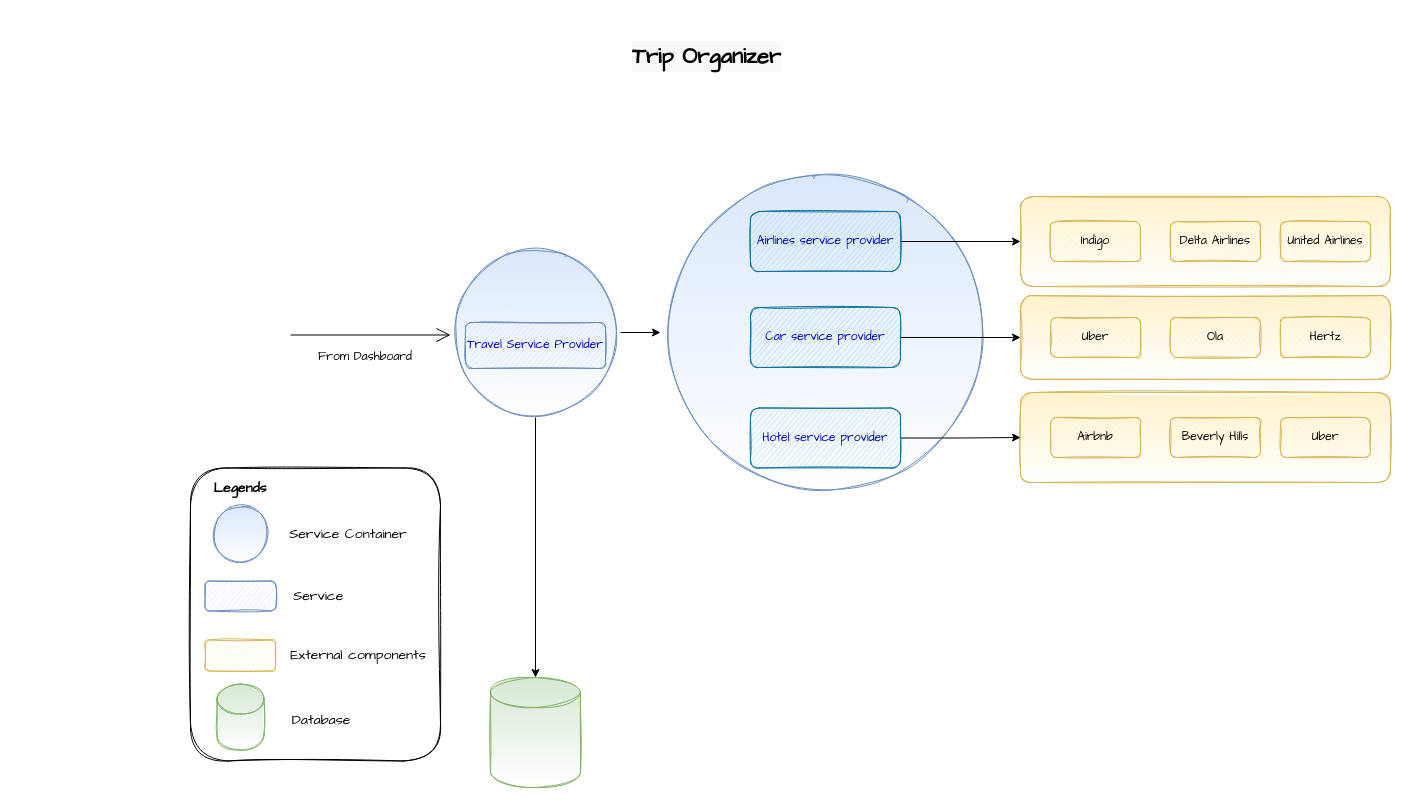
manu29585/ArchitectureKata keeps this draw.io diagram as page "Travel Service Provider" (11 of 14) of .media/RoadWarrior_SubSystems.drawio. Above is the earlier version. Source tidied: cells renumbered, new cells numbered last; positions are measured from the earlier drawing's top-left corner, leaving out a move shared by most shapes. Both pictures are drawn from the tidied source at 100%, with x=0, y=0 at pixel (190, 37).
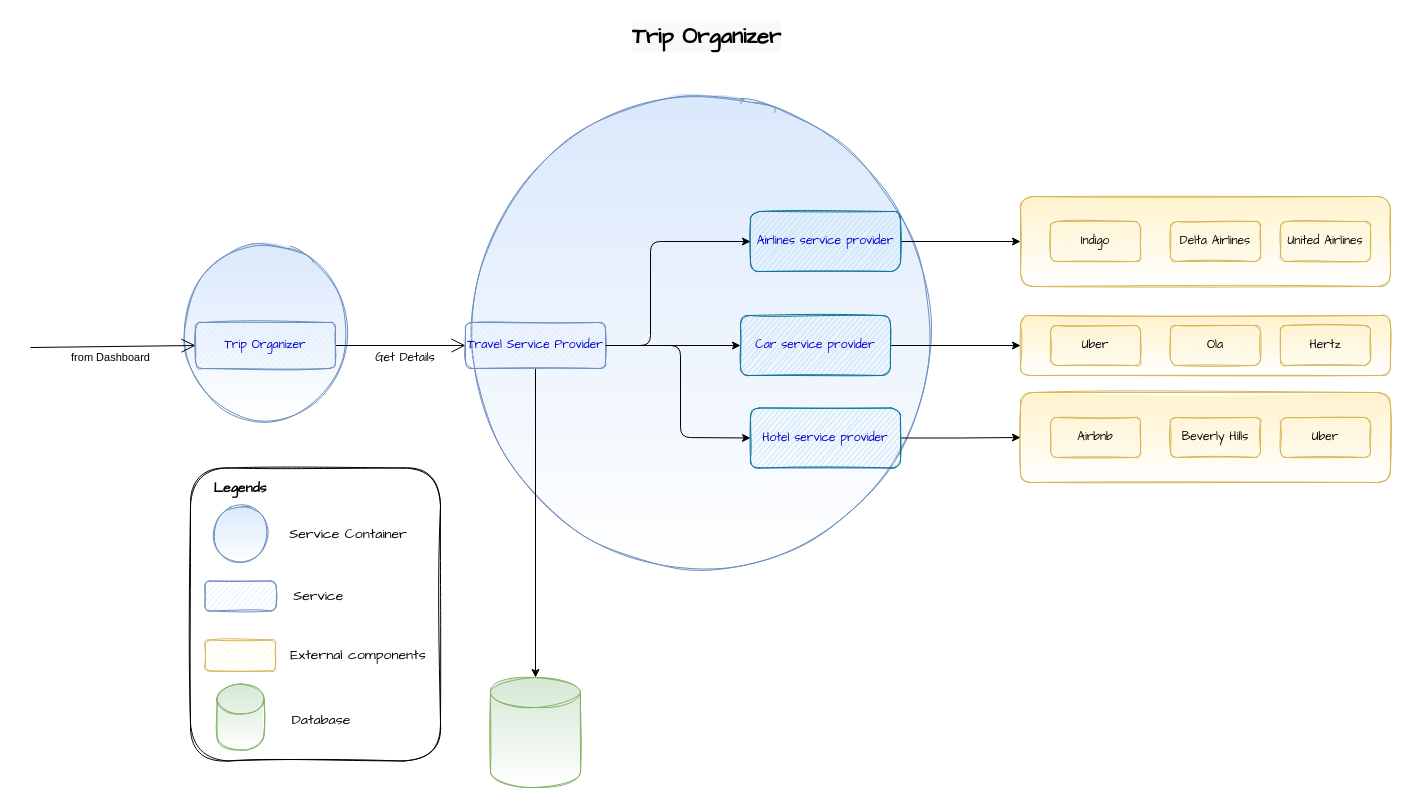
The same page after the edit.

Unchanged cells that the change refers to:
```xml
<mxCell id="2" style="shape=cylinder3;whiteSpace=wrap;html=1;boundedLbl=1;backgroundOutline=1;size=15;sketch=1;fillColor=#d5e8d4;strokeColor=#82b366;gradientColor=#ffffff;" parent="1" vertex="1">
  <mxGeometry x="300" y="640" width="90" height="110" as="geometry" />
</mxCell>
<mxCell id="13" value="Airlines service provider" style="rounded=1;whiteSpace=wrap;html=1;shadow=0;glass=0;sketch=1;fontFamily=Comic Sans MS;strokeColor=#10739e;fillColor=#b1ddf0;fontColor=#0000CC;" parent="1" vertex="1">
  <mxGeometry x="560" y="174" width="150" height="60" as="geometry" />
</mxCell>
<mxCell id="17" value="Hotel service provider" style="rounded=1;whiteSpace=wrap;html=1;shadow=0;glass=0;sketch=1;fontFamily=Comic Sans MS;strokeColor=#10739e;fillColor=#b1ddf0;fontColor=#0000CC;" parent="1" vertex="1">
  <mxGeometry x="560" y="370.5" width="150" height="60" as="geometry" />
</mxCell>
<mxCell id="28" value="Travel Service Provider" style="rounded=1;whiteSpace=wrap;html=1;shadow=0;sketch=1;fontFamily=Comic Sans MS;fontSize=12;fillColor=#dae8fc;strokeColor=#6c8ebf;fontColor=#0000CC;" parent="1" vertex="1">
  <mxGeometry x="275" y="285" width="140" height="46" as="geometry" />
</mxCell>
```

Diff of the diagram source:
```diff
@@
+    <mxCell id="41" style="ellipse;whiteSpace=wrap;html=1;fillColor=#dae8fc;strokeColor=#6c8ebf;shadow=0;sketch=1;fontFamily=Comic Sans MS;gradientColor=#ffffff;" parent="1" vertex="1">
+      <mxGeometry x="-10" y="210" width="170" height="170" as="geometry" />
+    </mxCell>
+    <mxCell id="7" style="ellipse;whiteSpace=wrap;html=1;fillColor=#dae8fc;strokeColor=#6c8ebf;shadow=0;sketch=1;fontFamily=Comic Sans MS;gradientColor=#ffffff;" parent="1" vertex="1">
+      <mxGeometry x="270" y="53.9" width="482.2" height="482.2" as="geometry" />
+    </mxCell>
@@
-    <mxCell id="3" style="endArrow=open;endFill=1;endSize=12;html=1;" parent="1" edge="1">
-      <mxGeometry relative="1" as="geometry">
-        <mxPoint x="100" y="297.5" as="sourcePoint" />
-        <mxPoint x="260" y="297.5" as="targetPoint" />
-      </mxGeometry>
+    <mxCell id="3" style="endArrow=open;endFill=1;endSize=12;html=1;exitX=1;exitY=0.5;exitDx=0;exitDy=0;entryX=0;entryY=0.5;entryDx=0;entryDy=0;" parent="1" edge="1" source="43" target="28">
+      <mxGeometry relative="1" as="geometry" />
     </mxCell>
-    <mxCell id="4" style="edgeStyle=orthogonalEdgeStyle;rounded=0;jettySize=auto;html=1;entryX=0.5;entryY=0;entryDx=0;entryDy=0;entryPerimeter=0;fontFamily=Comic Sans MS;exitX=0.5;exitY=1;exitDx=0;exitDy=0;" parent="1" edge="1" source="7" target="2">
+    <mxCell id="4" style="edgeStyle=orthogonalEdgeStyle;rounded=0;jettySize=auto;html=1;entryX=0.5;entryY=0;entryDx=0;entryDy=0;entryPerimeter=0;fontFamily=Comic Sans MS;exitX=0.5;exitY=1;exitDx=0;exitDy=0;" parent="1" edge="1" source="28" target="2">
       <mxGeometry relative="1" as="geometry" />
     </mxCell>
-    <mxCell id="5" value="From Dashboard" style="text;html=1;strokeColor=none;fillColor=none;align=center;verticalAlign=middle;whiteSpace=wrap;rounded=0;sketch=1;fontFamily=Comic Sans MS;fontStyle=0;" parent="1" vertex="1">
-      <mxGeometry x="120" y="310" width="110" height="20" as="geometry" />
+    <mxCell id="5" value="Get Details" style="text;html=1;strokeColor=none;fillColor=none;align=center;verticalAlign=middle;whiteSpace=wrap;rounded=0;sketch=1;fontFamily=Comic Sans MS;fontStyle=0;" parent="1" vertex="1">
+      <mxGeometry x="160" y="311" width="110" height="20" as="geometry" />
     </mxCell>
-    <mxCell id="6" style="edgeStyle=orthogonalEdgeStyle;rounded=0;jettySize=auto;html=1;fontFamily=Comic Sans MS;" parent="1" edge="1" source="7" target="11">
-      <mxGeometry relative="1" as="geometry" />
-    </mxCell>
-    <mxCell id="7" style="ellipse;whiteSpace=wrap;html=1;fillColor=#dae8fc;strokeColor=#6c8ebf;shadow=0;sketch=1;fontFamily=Comic Sans MS;gradientColor=#ffffff;" parent="1" vertex="1">
-      <mxGeometry x="260" y="210" width="170" height="170" as="geometry" />
-    </mxCell>
     <mxCell id="8" style="rounded=1;whiteSpace=wrap;html=1;fillColor=#fff2cc;strokeColor=#d6b656;gradientColor=#ffffff;sketch=1;" parent="1" vertex="1">
-      <mxGeometry x="830" y="258.1" width="370" height="83.8" as="geometry" />
+      <mxGeometry x="830" y="278" width="370" height="60" as="geometry" />
     </mxCell>
@@
-    <mxCell id="11" style="ellipse;whiteSpace=wrap;html=1;fillColor=#dae8fc;strokeColor=#6c8ebf;gradientColor=#ffffff;shadow=0;sketch=1;fontFamily=Comic Sans MS;" parent="1" vertex="1">
-      <mxGeometry x="470" y="130" width="330" height="330" as="geometry" />
-    </mxCell>
@@
     <mxCell id="15" value="Car service provider" style="rounded=1;whiteSpace=wrap;html=1;shadow=0;glass=0;sketch=1;fontFamily=Comic Sans MS;strokeColor=#10739e;fillColor=#b1ddf0;fontColor=#0000CC;" parent="1" vertex="1">
-      <mxGeometry x="560" y="270" width="150" height="60" as="geometry" />
+      <mxGeometry x="550" y="278" width="150" height="60" as="geometry" />
     </mxCell>
@@
     <mxCell id="21" value="Uber" style="rounded=1;whiteSpace=wrap;html=1;fillColor=#fff2cc;strokeColor=#d6b656;sketch=1;fontFamily=Comic Sans MS;" parent="1" vertex="1">
-      <mxGeometry x="860" y="280" width="90" height="40" as="geometry" />
+      <mxGeometry x="860" y="288" width="90" height="40" as="geometry" />
     </mxCell>
     <mxCell id="22" value="Ola" style="rounded=1;whiteSpace=wrap;html=1;fillColor=#fff2cc;strokeColor=#d6b656;sketch=1;fontFamily=Comic Sans MS;" parent="1" vertex="1">
-      <mxGeometry x="980" y="280" width="90" height="40" as="geometry" />
+      <mxGeometry x="980" y="288" width="90" height="40" as="geometry" />
     </mxCell>
     <mxCell id="23" value="Hertz" style="rounded=1;whiteSpace=wrap;html=1;fillColor=#fff2cc;strokeColor=#d6b656;sketch=1;fontFamily=Comic Sans MS;" parent="1" vertex="1">
-      <mxGeometry x="1090" y="280" width="90" height="40" as="geometry" />
+      <mxGeometry x="1090" y="288" width="90" height="40" as="geometry" />
     </mxCell>
@@
     <mxCell id="27" value="&lt;span style=&quot;color: rgb(0 , 0 , 0) ; font-family: &amp;quot;comic sans ms&amp;quot; ; font-size: 22px ; font-style: normal ; font-weight: 700 ; letter-spacing: normal ; text-align: center ; text-indent: 0px ; text-transform: none ; word-spacing: 0px ; background-color: rgb(248 , 249 , 250) ; display: inline ; float: none&quot;&gt;Trip Organizer&lt;/span&gt;" style="text;whiteSpace=wrap;html=1;fontSize=22;fontFamily=Comic Sans MS;" parent="1" vertex="1">
-      <mxGeometry x="440" width="180" height="40" as="geometry" />
+      <mxGeometry x="440" y="-20" width="180" height="40" as="geometry" />
     </mxCell>
+    <mxCell id="42" style="edgeStyle=none;html=1;entryX=0;entryY=0.5;entryDx=0;entryDy=0;exitX=1;exitY=0.5;exitDx=0;exitDy=0;" parent="1" edge="1" source="28" target="13">
+      <mxGeometry relative="1" as="geometry">
+        <Array as="points">
+          <mxPoint x="460" y="308" />
+          <mxPoint x="460" y="204" />
+        </Array>
+      </mxGeometry>
+    </mxCell>
@@
+    <mxCell id="43" value="Trip Organizer" style="rounded=1;whiteSpace=wrap;html=1;shadow=0;sketch=1;fontFamily=Comic Sans MS;fontSize=12;fillColor=#dae8fc;strokeColor=#6c8ebf;fontColor=#0000CC;" parent="1" vertex="1">
+      <mxGeometry x="5" y="285" width="140" height="46" as="geometry" />
+    </mxCell>
+    <mxCell id="44" value="from Dashboard" style="endArrow=open;endFill=1;endSize=12;html=1;entryX=0;entryY=0.5;entryDx=0;entryDy=0;" parent="1" edge="1" target="43">
+      <mxGeometry x="-0.03" y="-11" relative="1" as="geometry">
+        <mxPoint x="-160" y="310" as="sourcePoint" />
+      </mxGeometry>
+    </mxCell>
+    <mxCell id="45" style="edgeStyle=none;html=1;entryX=0;entryY=0.5;entryDx=0;entryDy=0;exitX=1;exitY=0.5;exitDx=0;exitDy=0;" parent="1" edge="1" source="28" target="15">
+      <mxGeometry relative="1" as="geometry" />
+    </mxCell>
+    <mxCell id="46" style="edgeStyle=none;html=1;entryX=0;entryY=0.5;entryDx=0;entryDy=0;" parent="1" edge="1" target="17">
+      <mxGeometry relative="1" as="geometry">
+        <mxPoint x="420" y="308" as="sourcePoint" />
+        <Array as="points">
+          <mxPoint x="490" y="308" />
+          <mxPoint x="490" y="400" />
+        </Array>
+      </mxGeometry>
+    </mxCell>
```
